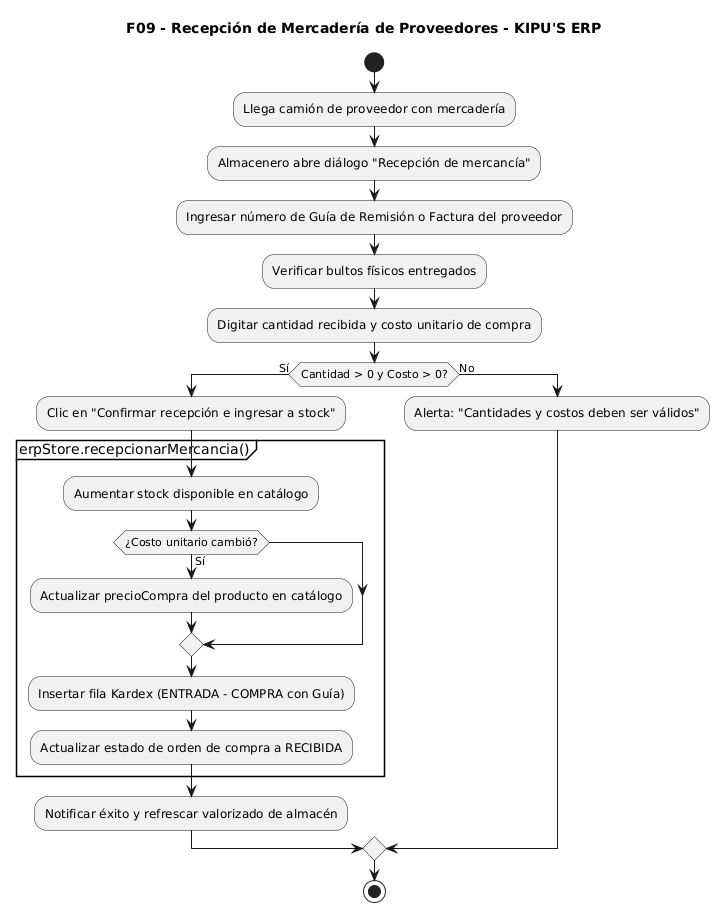
Earlier version of the PlantUML export docs/UML-flujos/imagenes/09_recepcion_mercaderia.png (xmenil/ERP-KIPUS).
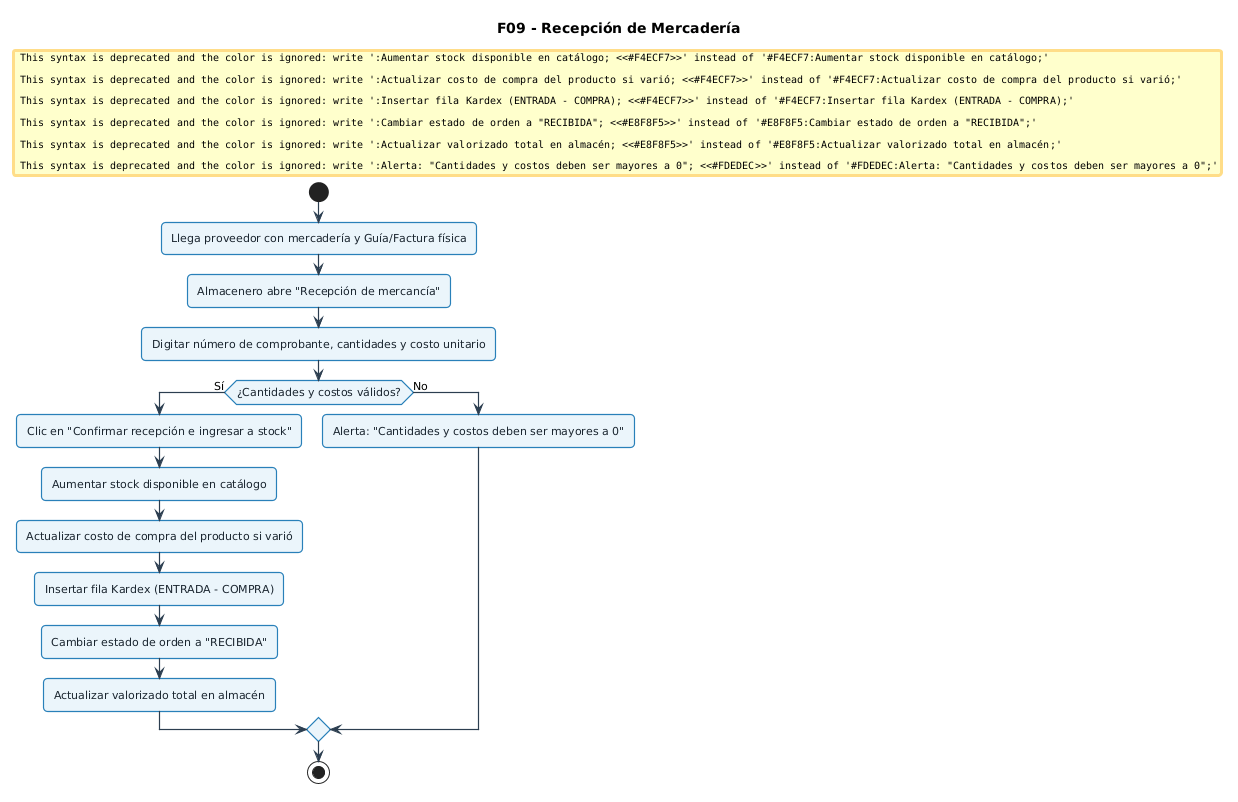
After the change.

The edit, as a diff of the source:
```diff
@@ -1,29 +1,46 @@
 @startuml
-skinparam monochrome true
+skinparam defaultFontName "Segoe UI", Arial, sans-serif
+skinparam defaultFontSize 11
+skinparam roundCorner 8
 skinparam shadowing false
+skinparam ArrowColor #2C3E50
+skinparam ArrowThickness 1.2
 
-title F09 - Recepción de Mercadería de Proveedores - KIPU'S ERP
+skinparam activity {
+  BackgroundColor #EBF5FB
+  BorderColor #2980B9
+  BorderThickness 1.2
+  FontColor #1A252F
+}
+skinparam decision {
+  BackgroundColor #FEF9E7
+  BorderColor #F39C12
+  BorderThickness 1.2
+  FontColor #7D6608
+}
+skinparam start {
+  Color #27AE60
+}
+skinparam stop {
+  Color #C0392B
+}
+
+title F09 - Recepción de Mercadería
 
 start
-:Llega camión de proveedor con mercadería;
-:Almacenero abre diálogo "Recepción de mercancía";
-:Ingresar número de Guía de Remisión o Factura del proveedor;
-:Verificar bultos físicos entregados;
-:Digitar cantidad recibida y costo unitario de compra;
+:Llega proveedor con mercadería y Guía/Factura física;
+:Almacenero abre "Recepción de mercancía";
+:Digitar número de comprobante, cantidades y costo unitario;
 
-if (Cantidad > 0 y Costo > 0?) then (Sí)
+if (¿Cantidades y costos válidos?) then (Sí)
   :Clic en "Confirmar recepción e ingresar a stock";
-  partition "erpStore.recepcionarMercancia()" {
-    :Aumentar stock disponible en catálogo;
-    if (¿Costo unitario cambió?) then (Sí)
-      :Actualizar precioCompra del producto en catálogo;
-    endif
-    :Insertar fila Kardex (ENTRADA - COMPRA con Guía);
-    :Actualizar estado de orden de compra a RECIBIDA;
-  }
-  :Notificar éxito y refrescar valorizado de almacén;
+  #F4ECF7:Aumentar stock disponible en catálogo;
+  #F4ECF7:Actualizar costo de compra del producto si varió;
+  #F4ECF7:Insertar fila Kardex (ENTRADA - COMPRA);
+  #E8F8F5:Cambiar estado de orden a "RECIBIDA";
+  #E8F8F5:Actualizar valorizado total en almacén;
 else (No)
-  :Alerta: "Cantidades y costos deben ser válidos";
+  #FDEDEC:Alerta: "Cantidades y costos deben ser mayores a 0";
 endif
 stop
 @enduml
```
